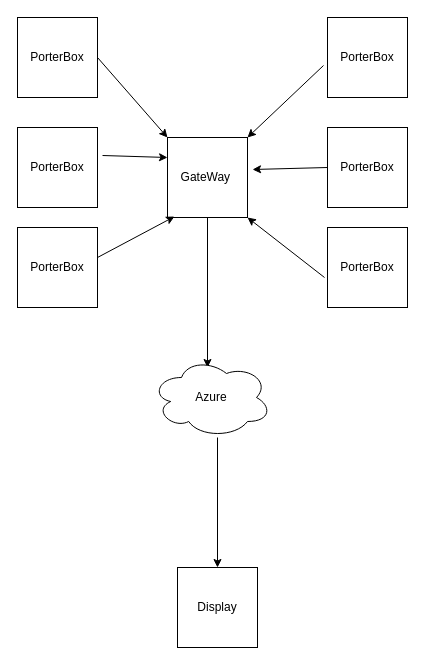
The draw.io diagram BeeTech.drawio in Lewjyi/BeeTechPub, before the edit. Source tidied: cells renumbered, new cells numbered last; positions are measured from the earlier drawing's top-left corner, leaving out a move shared by most shapes. Both pictures are drawn from the tidied source at 100%, with x=0, y=0 at pixel (17, 17).
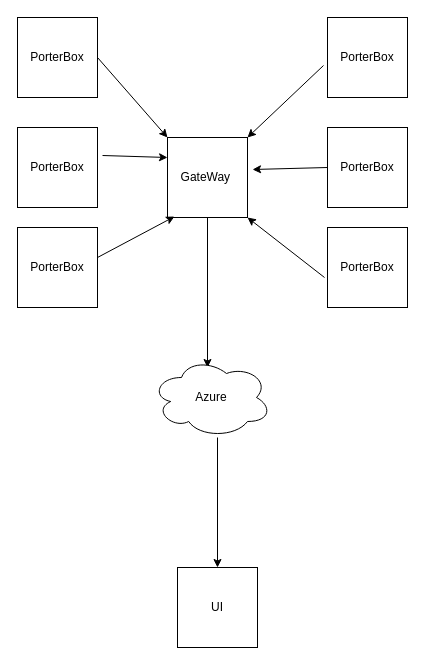
Above is the later version.

What changed in the source:
```diff
@@
-    <mxCell id="17" value="Display" style="whiteSpace=wrap;html=1;" parent="1" vertex="1">
+    <mxCell id="17" value="UI" style="whiteSpace=wrap;html=1;" parent="1" vertex="1">
       <mxGeometry x="160" y="550" width="80" height="80" as="geometry" />
     </mxCell>
```
